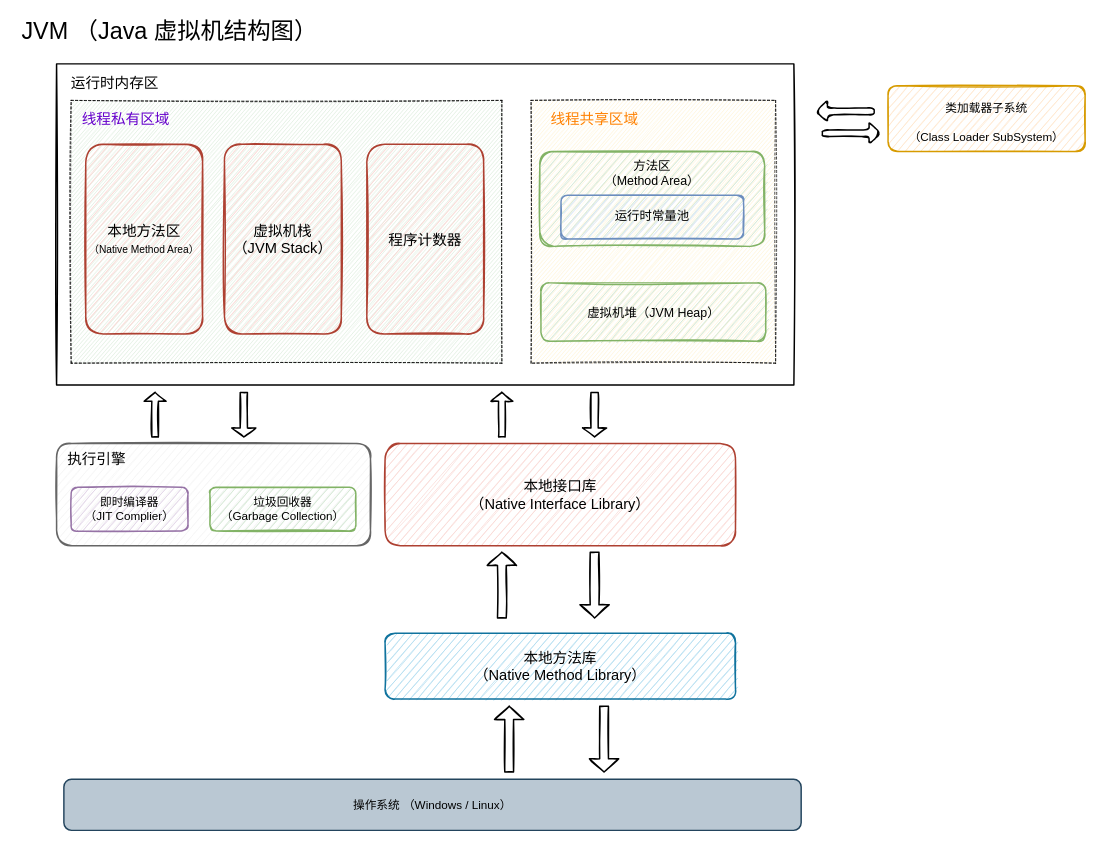
Earlier version of the draw.io diagram page "JVM 整体结构图" (1 of 3) of resources/attachments/JVM/JVM结构图.drawio (MooNkirA/code-learning-note). Source tidied: cells renumbered, new cells numbered last; positions are measured from the earlier drawing's top-left corner, leaving out a move shared by most shapes. Both pictures are drawn from the tidied source at 73%, with x=0, y=0 at pixel (12, 12).
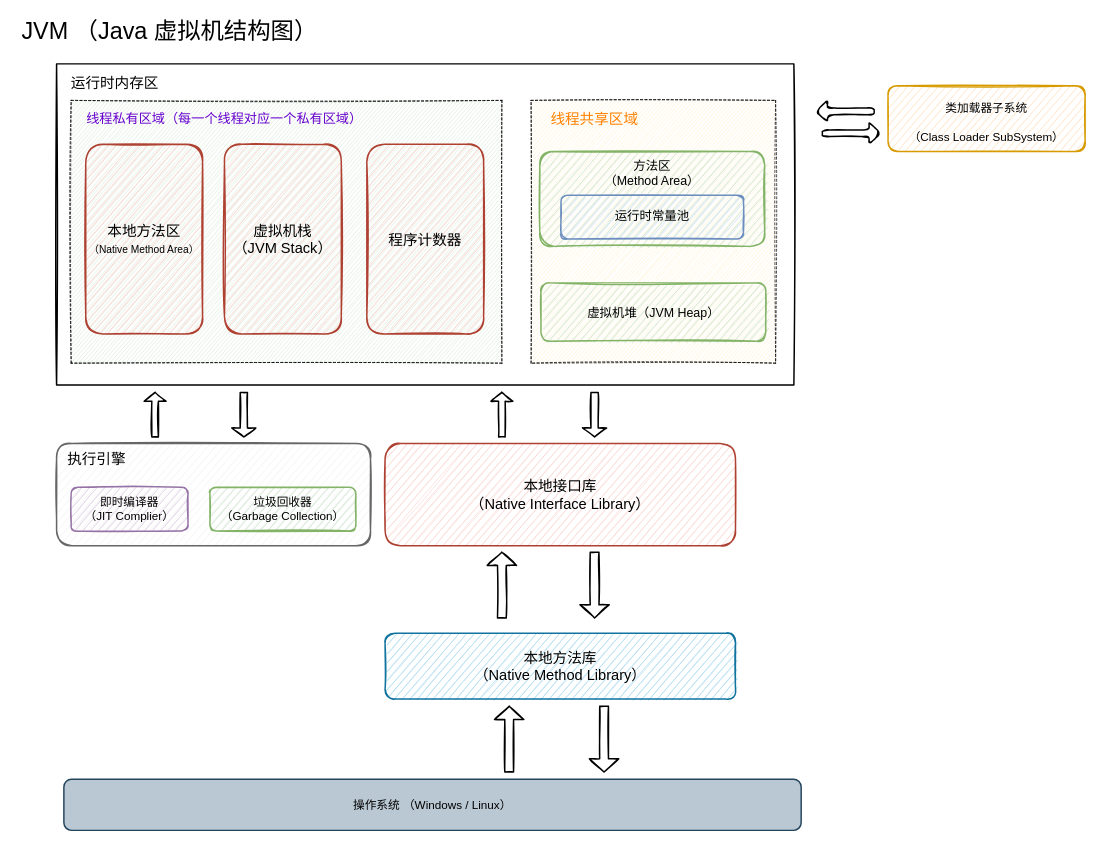
The same page after the edit.

Change to the diagram source:
```diff
@@
-    <mxCell id="26" value="&lt;font color=&quot;#6600cc&quot;&gt;线程私有区域&lt;/font&gt;" style="text;html=1;strokeColor=none;fillColor=none;align=center;verticalAlign=middle;whiteSpace=wrap;rounded=0;shadow=0;glass=0;sketch=1;strokeWidth=2;fontSize=20;" parent="1" vertex="1">
-      <mxGeometry x="70" y="120" width="170" height="50" as="geometry" />
+    <mxCell id="26" value="&lt;font style=&quot;font-size: 18px;&quot; color=&quot;#6600cc&quot;&gt;线程私有区域（每一个线程对应一个私有区域）&lt;/font&gt;" style="text;html=1;strokeColor=none;fillColor=none;align=center;verticalAlign=middle;whiteSpace=wrap;rounded=0;shadow=0;glass=0;sketch=1;strokeWidth=2;fontSize=20;" parent="1" vertex="1">
+      <mxGeometry x="70" y="120" width="440" height="50" as="geometry" />
     </mxCell>
```
